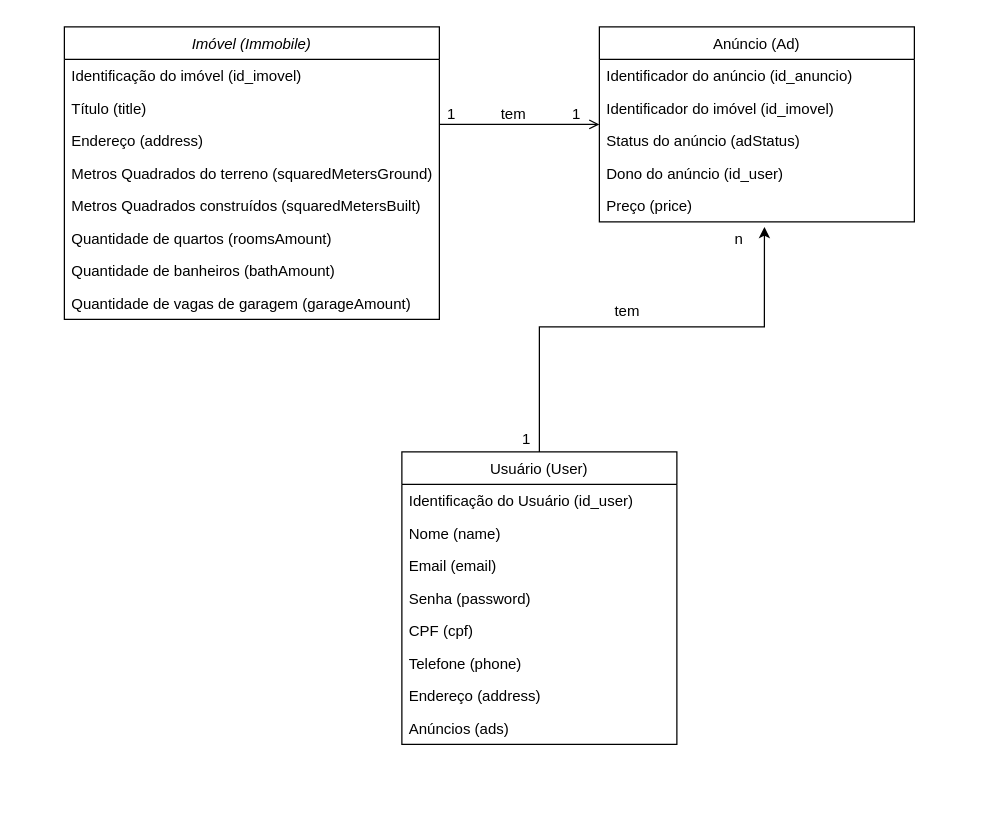
Above: docs/Imoveis Diagram.drawio in joaocarvoli/project-backendMandacaru (draw.io), before the change. Source tidied: cells renumbered, new cells numbered last; positions are measured from the earlier drawing's top-left corner, leaving out a move shared by most shapes. Both pictures are drawn from the tidied source at 125%, with x=0, y=0 at pixel (64, 26).
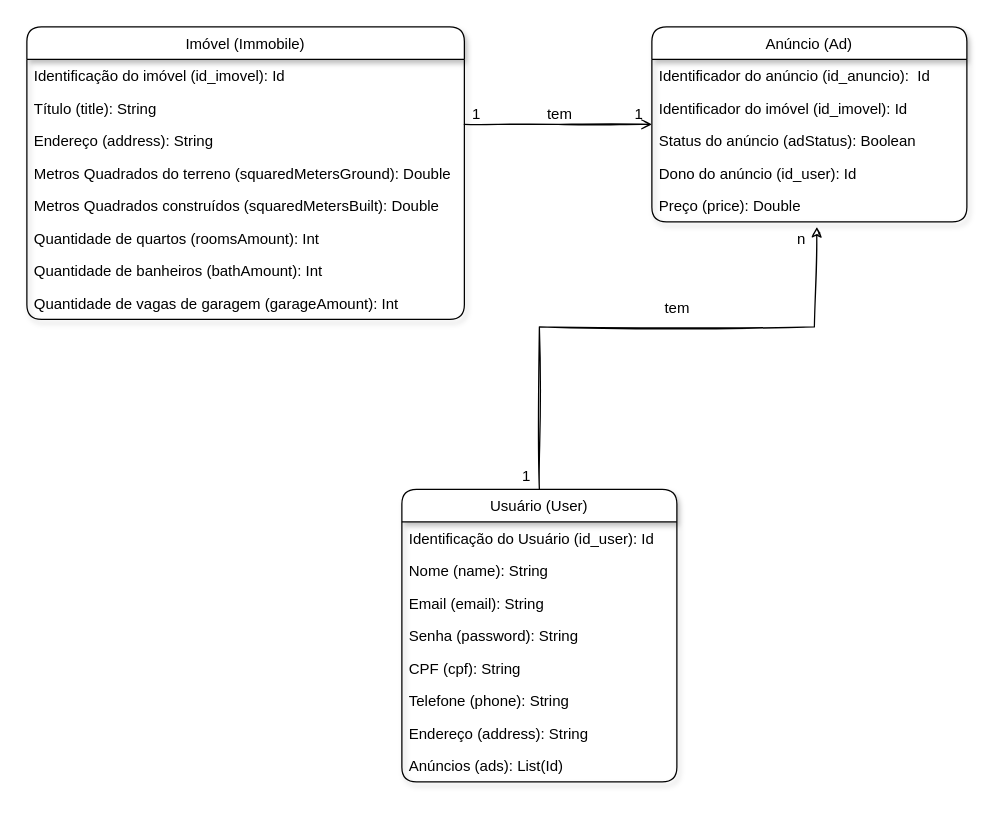
After the change.

Commit message (it also covers changes not shown here):
Atualizando o Diagrama de Imoveis.drawio

The edit, as a diff of the source:
```diff
@@
-    <mxCell id="2" value="Imóvel (Immobile)" style="swimlane;fontStyle=2;align=center;verticalAlign=top;horizontal=1;startSize=26;rounded=0;shadow=0;strokeWidth=1;" parent="1" vertex="1">
-      <mxGeometry width="300" height="234" as="geometry" />
+    <mxCell id="2" value="Imóvel (Immobile)" style="swimlane;fontStyle=0;align=center;verticalAlign=top;horizontal=1;startSize=26;rounded=1;shadow=1;strokeWidth=1;gradientColor=none;glass=0;" parent="1" vertex="1">
+      <mxGeometry x="-30" width="350" height="234" as="geometry" />
     </mxCell>
-    <mxCell id="3" value="Identificação do imóvel (id_imovel)" style="text;align=left;verticalAlign=top;spacingLeft=4;spacingRight=4;overflow=hidden;" parent="2" vertex="1">
-      <mxGeometry y="26" width="300" height="26" as="geometry" />
+    <mxCell id="3" value="Identificação do imóvel (id_imovel): Id" style="text;align=left;verticalAlign=top;spacingLeft=4;spacingRight=4;overflow=hidden;" parent="2" vertex="1">
+      <mxGeometry y="26" width="350" height="26" as="geometry" />
     </mxCell>
-    <mxCell id="4" value="Título (title)" style="text;align=left;verticalAlign=top;spacingLeft=4;spacingRight=4;overflow=hidden;" parent="2" vertex="1">
-      <mxGeometry y="52" width="300" height="26" as="geometry" />
+    <mxCell id="4" value="Título (title): String" style="text;align=left;verticalAlign=top;spacingLeft=4;spacingRight=4;overflow=hidden;" parent="2" vertex="1">
+      <mxGeometry y="52" width="350" height="26" as="geometry" />
     </mxCell>
-    <mxCell id="5" value="Endereço (address)" style="text;align=left;verticalAlign=top;spacingLeft=4;spacingRight=4;overflow=hidden;rounded=0;shadow=0;html=0;" parent="2" vertex="1">
-      <mxGeometry y="78" width="300" height="26" as="geometry" />
+    <mxCell id="5" value="Endereço (address): String" style="text;align=left;verticalAlign=top;spacingLeft=4;spacingRight=4;overflow=hidden;rounded=0;shadow=0;html=0;" parent="2" vertex="1">
+      <mxGeometry y="78" width="350" height="26" as="geometry" />
     </mxCell>
-    <mxCell id="6" value="Metros Quadrados do terreno (squaredMetersGround)&#10;" style="text;align=left;verticalAlign=top;spacingLeft=4;spacingRight=4;overflow=hidden;rounded=0;shadow=0;html=0;" parent="2" vertex="1">
-      <mxGeometry y="104" width="300" height="26" as="geometry" />
+    <mxCell id="6" value="Metros Quadrados do terreno (squaredMetersGround): Double&#10;" style="text;align=left;verticalAlign=top;spacingLeft=4;spacingRight=4;overflow=hidden;rounded=0;shadow=0;html=0;" parent="2" vertex="1">
+      <mxGeometry y="104" width="350" height="26" as="geometry" />
     </mxCell>
-    <mxCell id="7" value="Metros Quadrados construídos (squaredMetersBuilt)" style="text;align=left;verticalAlign=top;spacingLeft=4;spacingRight=4;overflow=hidden;rounded=0;shadow=0;html=0;" parent="2" vertex="1">
-      <mxGeometry y="130" width="300" height="26" as="geometry" />
+    <mxCell id="7" value="Metros Quadrados construídos (squaredMetersBuilt): Double" style="text;align=left;verticalAlign=top;spacingLeft=4;spacingRight=4;overflow=hidden;rounded=0;shadow=0;html=0;" parent="2" vertex="1">
+      <mxGeometry y="130" width="350" height="26" as="geometry" />
     </mxCell>
-    <mxCell id="8" value="Quantidade de quartos (roomsAmount)" style="text;align=left;verticalAlign=top;spacingLeft=4;spacingRight=4;overflow=hidden;" parent="2" vertex="1">
-      <mxGeometry y="156" width="300" height="26" as="geometry" />
+    <mxCell id="8" value="Quantidade de quartos (roomsAmount): Int" style="text;align=left;verticalAlign=top;spacingLeft=4;spacingRight=4;overflow=hidden;" parent="2" vertex="1">
+      <mxGeometry y="156" width="350" height="26" as="geometry" />
     </mxCell>
-    <mxCell id="9" value="Quantidade de banheiros (bathAmount)" style="text;align=left;verticalAlign=top;spacingLeft=4;spacingRight=4;overflow=hidden;" parent="2" vertex="1">
-      <mxGeometry y="182" width="300" height="26" as="geometry" />
+    <mxCell id="9" value="Quantidade de banheiros (bathAmount): Int" style="text;align=left;verticalAlign=top;spacingLeft=4;spacingRight=4;overflow=hidden;" parent="2" vertex="1">
+      <mxGeometry y="182" width="350" height="26" as="geometry" />
     </mxCell>
-    <mxCell id="10" value="Quantidade de vagas de garagem (garageAmount)" style="text;align=left;verticalAlign=top;spacingLeft=4;spacingRight=4;overflow=hidden;" parent="2" vertex="1">
-      <mxGeometry y="208" width="300" height="26" as="geometry" />
+    <mxCell id="10" value="Quantidade de vagas de garagem (garageAmount): Int" style="text;align=left;verticalAlign=top;spacingLeft=4;spacingRight=4;overflow=hidden;" parent="2" vertex="1">
+      <mxGeometry y="208" width="350" height="26" as="geometry" />
     </mxCell>
-    <mxCell id="11" value="Usuário (User)" style="swimlane;fontStyle=0;align=center;verticalAlign=top;horizontal=1;startSize=26;rounded=0;shadow=0;strokeWidth=1;" parent="1" vertex="1">
-      <mxGeometry x="270" y="340" width="220" height="234" as="geometry" />
+    <mxCell id="11" value="Usuário (User)" style="swimlane;fontStyle=0;align=center;verticalAlign=top;horizontal=1;startSize=26;rounded=1;shadow=1;strokeWidth=1;" parent="1" vertex="1">
+      <mxGeometry x="270" y="370" width="220" height="234" as="geometry" />
     </mxCell>
-    <mxCell id="12" value="Identificação do Usuário (id_user)" style="text;align=left;verticalAlign=top;spacingLeft=4;spacingRight=4;overflow=hidden;" parent="11" vertex="1">
+    <mxCell id="12" value="Identificação do Usuário (id_user): Id" style="text;align=left;verticalAlign=top;spacingLeft=4;spacingRight=4;overflow=hidden;" parent="11" vertex="1">
       <mxGeometry y="26" width="220" height="26" as="geometry" />
     </mxCell>
-    <mxCell id="13" value="Nome (name)&#10;" style="text;align=left;verticalAlign=top;spacingLeft=4;spacingRight=4;overflow=hidden;" parent="11" vertex="1">
+    <mxCell id="13" value="Nome (name): String&#10;" style="text;align=left;verticalAlign=top;spacingLeft=4;spacingRight=4;overflow=hidden;" parent="11" vertex="1">
       <mxGeometry y="52" width="220" height="26" as="geometry" />
     </mxCell>
-    <mxCell id="14" value="Email (email)" style="text;align=left;verticalAlign=top;spacingLeft=4;spacingRight=4;overflow=hidden;rounded=0;shadow=0;html=0;" parent="11" vertex="1">
+    <mxCell id="14" value="Email (email): String" style="text;align=left;verticalAlign=top;spacingLeft=4;spacingRight=4;overflow=hidden;rounded=0;shadow=0;html=0;" parent="11" vertex="1">
       <mxGeometry y="78" width="220" height="26" as="geometry" />
     </mxCell>
-    <mxCell id="15" value="Senha (password)" style="text;align=left;verticalAlign=top;spacingLeft=4;spacingRight=4;overflow=hidden;rounded=0;shadow=0;html=0;" parent="11" vertex="1">
+    <mxCell id="15" value="Senha (password): String" style="text;align=left;verticalAlign=top;spacingLeft=4;spacingRight=4;overflow=hidden;rounded=0;shadow=0;html=0;" parent="11" vertex="1">
       <mxGeometry y="104" width="220" height="26" as="geometry" />
     </mxCell>
-    <mxCell id="16" value="CPF (cpf)" style="text;align=left;verticalAlign=top;spacingLeft=4;spacingRight=4;overflow=hidden;rounded=0;shadow=0;html=0;" parent="11" vertex="1">
+    <mxCell id="16" value="CPF (cpf): String" style="text;align=left;verticalAlign=top;spacingLeft=4;spacingRight=4;overflow=hidden;rounded=0;shadow=0;html=0;" parent="11" vertex="1">
       <mxGeometry y="130" width="220" height="26" as="geometry" />
     </mxCell>
-    <mxCell id="17" value="Telefone (phone)" style="text;align=left;verticalAlign=top;spacingLeft=4;spacingRight=4;overflow=hidden;rounded=0;shadow=0;html=0;" parent="11" vertex="1">
+    <mxCell id="17" value="Telefone (phone): String" style="text;align=left;verticalAlign=top;spacingLeft=4;spacingRight=4;overflow=hidden;rounded=0;shadow=0;html=0;" parent="11" vertex="1">
       <mxGeometry y="156" width="220" height="26" as="geometry" />
     </mxCell>
-    <mxCell id="18" value="Endereço (address)" style="text;align=left;verticalAlign=top;spacingLeft=4;spacingRight=4;overflow=hidden;rounded=0;shadow=0;html=0;" parent="11" vertex="1">
+    <mxCell id="18" value="Endereço (address): String" style="text;align=left;verticalAlign=top;spacingLeft=4;spacingRight=4;overflow=hidden;rounded=0;shadow=0;html=0;" parent="11" vertex="1">
       <mxGeometry y="182" width="220" height="26" as="geometry" />
     </mxCell>
-    <mxCell id="19" value="Anúncios (ads)" style="text;align=left;verticalAlign=top;spacingLeft=4;spacingRight=4;overflow=hidden;rounded=0;shadow=0;html=0;" parent="11" vertex="1">
+    <mxCell id="19" value="Anúncios (ads): List(Id)" style="text;align=left;verticalAlign=top;spacingLeft=4;spacingRight=4;overflow=hidden;rounded=0;shadow=0;html=0;" parent="11" vertex="1">
       <mxGeometry y="208" width="220" height="26" as="geometry" />
     </mxCell>
-    <mxCell id="20" value="Anúncio (Ad)" style="swimlane;fontStyle=0;align=center;verticalAlign=top;horizontal=1;startSize=26;rounded=0;shadow=0;strokeWidth=1;" parent="1" vertex="1">
-      <mxGeometry x="428" width="252" height="156" as="geometry" />
+    <mxCell id="20" value="Anúncio (Ad)" style="swimlane;fontStyle=0;align=center;verticalAlign=top;horizontal=1;startSize=26;rounded=1;shadow=1;strokeWidth=1;sketch=0;" parent="1" vertex="1">
+      <mxGeometry x="470" width="252" height="156" as="geometry" />
     </mxCell>
-    <mxCell id="21" value="Identificador do anúncio (id_anuncio)" style="text;align=left;verticalAlign=top;spacingLeft=4;spacingRight=4;overflow=hidden;" parent="20" vertex="1">
+    <mxCell id="21" value="Identificador do anúncio (id_anuncio):  Id" style="text;align=left;verticalAlign=top;spacingLeft=4;spacingRight=4;overflow=hidden;" parent="20" vertex="1">
       <mxGeometry y="26" width="252" height="26" as="geometry" />
     </mxCell>
-    <mxCell id="22" value="Identificador do imóvel (id_imovel)" style="text;align=left;verticalAlign=top;spacingLeft=4;spacingRight=4;overflow=hidden;rounded=0;shadow=0;html=0;" parent="20" vertex="1">
+    <mxCell id="22" value="Identificador do imóvel (id_imovel): Id" style="text;align=left;verticalAlign=top;spacingLeft=4;spacingRight=4;overflow=hidden;rounded=0;shadow=0;html=0;" parent="20" vertex="1">
       <mxGeometry y="52" width="252" height="26" as="geometry" />
     </mxCell>
-    <mxCell id="23" value="Status do anúncio (adStatus)" style="text;align=left;verticalAlign=top;spacingLeft=4;spacingRight=4;overflow=hidden;rounded=0;shadow=0;html=0;" parent="20" vertex="1">
+    <mxCell id="23" value="Status do anúncio (adStatus): Boolean" style="text;align=left;verticalAlign=top;spacingLeft=4;spacingRight=4;overflow=hidden;rounded=0;shadow=0;html=0;" parent="20" vertex="1">
       <mxGeometry y="78" width="252" height="26" as="geometry" />
     </mxCell>
-    <mxCell id="24" value="Dono do anúncio (id_user)" style="text;align=left;verticalAlign=top;spacingLeft=4;spacingRight=4;overflow=hidden;rounded=0;shadow=0;html=0;" parent="20" vertex="1">
+    <mxCell id="24" value="Dono do anúncio (id_user): Id" style="text;align=left;verticalAlign=top;spacingLeft=4;spacingRight=4;overflow=hidden;rounded=0;shadow=0;html=0;" parent="20" vertex="1">
       <mxGeometry y="104" width="252" height="26" as="geometry" />
     </mxCell>
-    <mxCell id="25" value="Preço (price)" style="text;align=left;verticalAlign=top;spacingLeft=4;spacingRight=4;overflow=hidden;points=[[0,0.5],[1,0.5]];portConstraint=eastwest;rounded=0;shadow=0;html=0;" parent="20" vertex="1">
+    <mxCell id="25" value="Preço (price): Double" style="text;align=left;verticalAlign=top;spacingLeft=4;spacingRight=4;overflow=hidden;points=[[0,0.5],[1,0.5]];portConstraint=eastwest;rounded=0;shadow=0;html=0;" parent="20" vertex="1">
       <mxGeometry y="130" width="252" height="26" as="geometry" />
     </mxCell>
-    <mxCell id="26" style="endArrow=open;shadow=0;strokeWidth=1;rounded=0;endFill=1;edgeStyle=elbowEdgeStyle;elbow=vertical;" parent="1" edge="1" source="2" target="20">
+    <mxCell id="26" style="endArrow=open;shadow=0;strokeWidth=1;rounded=0;endFill=1;edgeStyle=elbowEdgeStyle;elbow=vertical;sketch=1;" parent="1" edge="1" source="2" target="20">
       <mxGeometry x="0.5" y="41" relative="1" as="geometry">
         <mxPoint x="-40" y="32" as="offset" />
       </mxGeometry>
     </mxCell>
@@
     <mxCell id="28" value="1" style="text;html=1;strokeColor=none;fillColor=none;align=center;verticalAlign=middle;whiteSpace=wrap;rounded=0;" parent="1" vertex="1">
-      <mxGeometry x="290" y="60" width="40" height="20" as="geometry" />
+      <mxGeometry x="310" y="60" width="40" height="20" as="geometry" />
     </mxCell>
     <mxCell id="29" value="1" style="text;html=1;strokeColor=none;fillColor=none;align=center;verticalAlign=middle;whiteSpace=wrap;rounded=0;" parent="1" vertex="1">
-      <mxGeometry x="390" y="60" width="40" height="20" as="geometry" />
+      <mxGeometry x="440" y="60" width="40" height="20" as="geometry" />
     </mxCell>
-    <mxCell id="30" style="endArrow=classic;html=1;rounded=0;entryX=0.524;entryY=1.154;entryDx=0;entryDy=0;entryPerimeter=0;" parent="1" edge="1" target="25">
+    <mxCell id="30" style="endArrow=classic;html=1;rounded=0;entryX=0.524;entryY=1.154;entryDx=0;entryDy=0;entryPerimeter=0;sketch=1;exitX=0.5;exitY=0;exitDx=0;exitDy=0;" parent="1" edge="1" source="11" target="25">
       <mxGeometry relative="1" as="geometry">
-        <mxPoint x="380" y="340" as="sourcePoint" />
         <Array as="points">
           <mxPoint x="380" y="240" />
-          <mxPoint x="560" y="240" />
+          <mxPoint x="600" y="240" />
         </Array>
       </mxGeometry>
     </mxCell>
     <mxCell id="31" value="tem" style="text;html=1;align=center;verticalAlign=middle;labelBackgroundColor=none;rounded=0;shadow=0;strokeWidth=1;fontSize=12;" parent="1" vertex="1">
-      <mxGeometry x="410" y="120" as="geometry">
+      <mxGeometry x="450" y="117" as="geometry">
         <mxPoint x="39" y="107" as="offset" />
       </mxGeometry>
     </mxCell>
     <mxCell id="32" value="1" style="text;html=1;strokeColor=none;fillColor=none;align=center;verticalAlign=middle;whiteSpace=wrap;rounded=0;" parent="1" vertex="1">
-      <mxGeometry x="350" y="320" width="40" height="20" as="geometry" />
+      <mxGeometry x="350" y="350" width="40" height="20" as="geometry" />
     </mxCell>
     <mxCell id="33" value="n" style="text;html=1;strokeColor=none;fillColor=none;align=center;verticalAlign=middle;whiteSpace=wrap;rounded=0;" parent="1" vertex="1">
-      <mxGeometry x="520" y="160" width="40" height="20" as="geometry" />
+      <mxGeometry x="570" y="160" width="40" height="20" as="geometry" />
     </mxCell>
```
